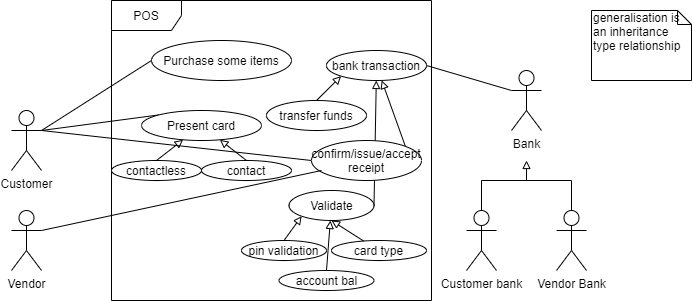
The draw.io diagram schema/POS use case.png in deeperj/rust, before a commit. Source tidied: cells renumbered, new cells last; positions are measured from the earlier drawing's top-left corner, leaving out a move shared by most shapes.
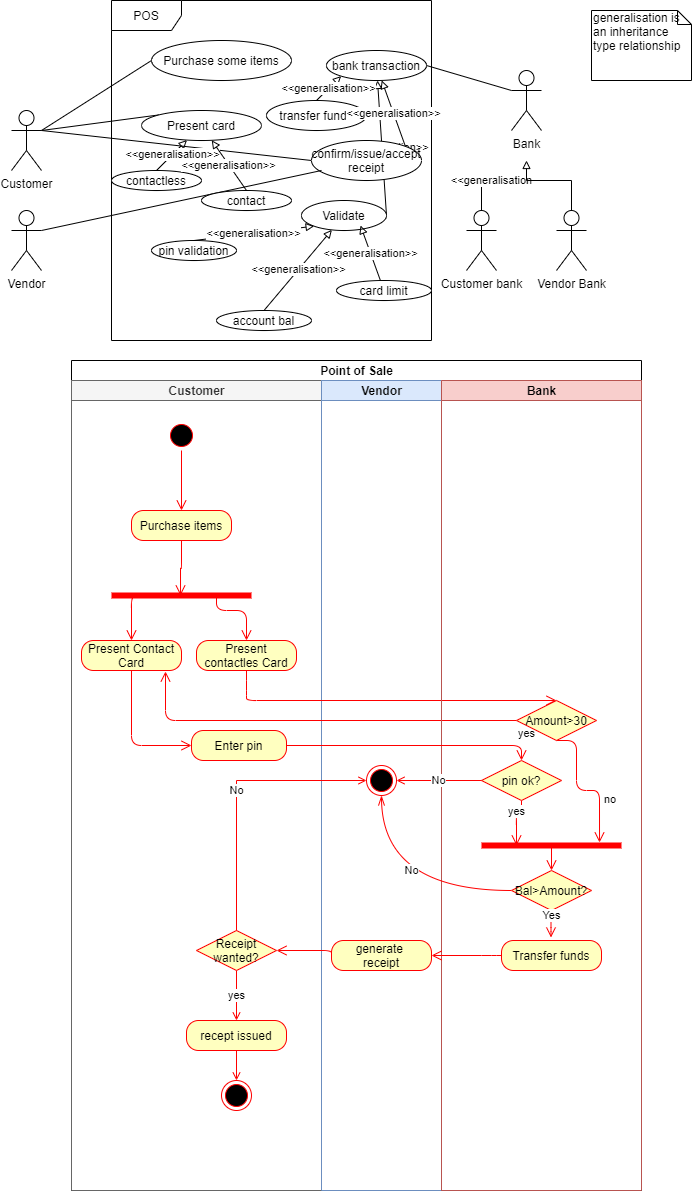
The same file after the commit.

Diff of the diagram source:
```diff
@@ -3,12 +3,12 @@
     <mxCell id="0" />
     <mxCell id="1" parent="0" />
     <mxCell id="2" value="POS" style="shape=umlFrame;whiteSpace=wrap;html=1;width=70;height=30;" parent="1" vertex="1">
-      <mxGeometry x="100" width="320" height="300" as="geometry" />
+      <mxGeometry x="100" width="320" height="340" as="geometry" />
     </mxCell>
     <mxCell id="3" value="Bank" style="shape=umlActor;verticalLabelPosition=bottom;labelBackgroundColor=#ffffff;verticalAlign=top;html=1;" parent="1" vertex="1">
       <mxGeometry x="500" y="70" width="30" height="60" as="geometry" />
     </mxCell>
-    <mxCell id="4" style="edgeStyle=orthogonalEdgeStyle;rounded=0;jettySize=auto;html=1;exitX=0.5;exitY=0;exitDx=0;exitDy=0;exitPerimeter=0;startArrow=none;startFill=0;endArrow=none;endFill=0;" parent="1" edge="1" source="5">
+    <mxCell id="4" value="&amp;lt;&amp;lt;generalisation" style="edgeStyle=orthogonalEdgeStyle;rounded=0;jettySize=auto;html=1;exitX=0.5;exitY=0;exitDx=0;exitDy=0;exitPerimeter=0;startArrow=none;startFill=0;endArrow=none;endFill=0;" parent="1" edge="1" source="5">
       <mxGeometry relative="1" as="geometry">
         <mxPoint x="520" y="180" as="targetPoint" />
         <Array as="points">
@@ -29,22 +29,22 @@
     <mxCell id="8" value="Customer" style="shape=umlActor;verticalLabelPosition=bottom;labelBackgroundColor=#ffffff;verticalAlign=top;html=1;" parent="1" vertex="1">
       <mxGeometry y="110" width="30" height="60" as="geometry" />
     </mxCell>
-    <mxCell id="9" style="rounded=0;jettySize=auto;html=1;exitX=1;exitY=0.5;exitDx=0;exitDy=0;endArrow=block;endFill=0;" parent="1" edge="1" source="10" target="34">
+    <mxCell id="9" value="&amp;lt;&amp;lt;generalisation&amp;gt;&amp;gt;" style="rounded=0;jettySize=auto;html=1;exitX=1;exitY=0.5;exitDx=0;exitDy=0;endArrow=block;endFill=0;" parent="1" edge="1" source="10" target="34">
       <mxGeometry relative="1" as="geometry" />
     </mxCell>
     <mxCell id="10" value="Validate" style="ellipse;whiteSpace=wrap;html=1;" parent="1" vertex="1">
-      <mxGeometry x="277.5" y="190" width="85" height="30" as="geometry" />
+      <mxGeometry x="290" y="200" width="85" height="30" as="geometry" />
     </mxCell>
     <mxCell id="11" value="Purchase some items" style="ellipse;whiteSpace=wrap;html=1;" parent="1" vertex="1">
       <mxGeometry x="140" y="40" width="140" height="40" as="geometry" />
     </mxCell>
-    <mxCell id="12" style="edgeStyle=none;rounded=0;jettySize=auto;html=1;exitX=0.5;exitY=0;exitDx=0;exitDy=0;entryX=0;entryY=1;entryDx=0;entryDy=0;startArrow=none;startFill=0;endArrow=block;endFill=0;" parent="1" edge="1" source="13" target="10">
+    <mxCell id="12" value="&amp;lt;&amp;lt;generalisation&amp;gt;&amp;gt;" style="edgeStyle=none;rounded=0;jettySize=auto;html=1;exitX=0.5;exitY=0;exitDx=0;exitDy=0;entryX=0;entryY=1;entryDx=0;entryDy=0;startArrow=none;startFill=0;endArrow=block;endFill=0;" parent="1" edge="1" source="13" target="10">
       <mxGeometry relative="1" as="geometry" />
     </mxCell>
     <mxCell id="13" value="pin validation" style="ellipse;whiteSpace=wrap;html=1;" parent="1" vertex="1">
-      <mxGeometry x="230" y="240" width="85" height="20" as="geometry" />
+      <mxGeometry x="140" y="240" width="85" height="20" as="geometry" />
     </mxCell>
-    <mxCell id="14" style="edgeStyle=none;rounded=0;jettySize=auto;html=1;exitX=0.5;exitY=0;exitDx=0;exitDy=0;entryX=0;entryY=1;entryDx=0;entryDy=0;startArrow=none;startFill=0;endArrow=block;endFill=0;" parent="1" edge="1" source="15" target="34">
+    <mxCell id="14" value="&amp;lt;&amp;lt;generalisation&amp;gt;&amp;gt;" style="edgeStyle=none;rounded=0;jettySize=auto;html=1;exitX=0.5;exitY=0;exitDx=0;exitDy=0;entryX=0;entryY=1;entryDx=0;entryDy=0;startArrow=none;startFill=0;endArrow=block;endFill=0;" parent="1" edge="1" source="15" target="34">
       <mxGeometry relative="1" as="geometry" />
     </mxCell>
     <mxCell id="15" value="transfer funds" style="ellipse;whiteSpace=wrap;html=1;" parent="1" vertex="1">
@@ -56,7 +56,7 @@
     <mxCell id="17" value="Present card" style="ellipse;whiteSpace=wrap;html=1;" parent="1" vertex="1">
       <mxGeometry x="130" y="110" width="120" height="30" as="geometry" />
     </mxCell>
-    <mxCell id="18" style="edgeStyle=none;rounded=0;jettySize=auto;html=1;exitX=1;exitY=0;exitDx=0;exitDy=0;startArrow=none;startFill=0;endArrow=block;endFill=0;" parent="1" edge="1" source="20" target="34">
+    <mxCell id="18" value="&amp;lt;&amp;lt;generalisation&amp;gt;&amp;gt;" style="edgeStyle=none;rounded=0;jettySize=auto;html=1;exitX=1;exitY=0;exitDx=0;exitDy=0;startArrow=none;startFill=0;endArrow=block;endFill=0;" parent="1" edge="1" source="20" target="34">
       <mxGeometry relative="1" as="geometry" />
     </mxCell>
     <mxCell id="19" style="edgeStyle=none;rounded=0;jettySize=auto;html=1;exitX=0;exitY=0.5;exitDx=0;exitDy=0;entryX=1;entryY=0.3333333333333333;entryDx=0;entryDy=0;entryPerimeter=0;startArrow=none;startFill=0;endArrow=none;endFill=0;" parent="1" edge="1" source="20" target="8">
@@ -83,31 +83,29 @@
     <mxCell id="24" value="Vendor" style="shape=umlActor;verticalLabelPosition=bottom;labelBackgroundColor=#ffffff;verticalAlign=top;html=1;" parent="1" vertex="1">
       <mxGeometry y="210" width="30" height="60" as="geometry" />
     </mxCell>
-    <mxCell id="25" style="edgeStyle=none;rounded=0;jettySize=auto;html=1;exitX=0.5;exitY=0;exitDx=0;exitDy=0;startArrow=none;startFill=0;endArrow=block;endFill=0;" parent="1" edge="1" source="26" target="17">
+    <mxCell id="25" value="&amp;lt;&amp;lt;generalisation&amp;gt;&amp;gt;" style="edgeStyle=none;rounded=0;jettySize=auto;html=1;exitX=0.5;exitY=0;exitDx=0;exitDy=0;startArrow=none;startFill=0;endArrow=block;endFill=0;" parent="1" edge="1" source="26" target="17">
       <mxGeometry relative="1" as="geometry" />
     </mxCell>
     <mxCell id="26" value="contactless" style="ellipse;whiteSpace=wrap;html=1;" parent="1" vertex="1">
-      <mxGeometry x="100" y="160" width="90" height="20" as="geometry" />
+      <mxGeometry x="100" y="170" width="90" height="20" as="geometry" />
     </mxCell>
     <mxCell id="27" value="contact" style="ellipse;whiteSpace=wrap;html=1;" parent="1" vertex="1">
-      <mxGeometry x="190" y="160" width="90" height="20" as="geometry" />
+      <mxGeometry x="190" y="190" width="90" height="20" as="geometry" />
     </mxCell>
-    <mxCell id="28" style="edgeStyle=none;rounded=0;jettySize=auto;html=1;exitX=0.5;exitY=0;exitDx=0;exitDy=0;startArrow=none;startFill=0;endArrow=block;endFill=0;" parent="1" edge="1" source="27" target="17">
+    <mxCell id="28" value="&amp;lt;&amp;lt;generalisation&amp;gt;&amp;gt;" style="edgeStyle=none;rounded=0;jettySize=auto;html=1;exitX=0.5;exitY=0;exitDx=0;exitDy=0;startArrow=none;startFill=0;endArrow=block;endFill=0;" parent="1" edge="1" source="27" target="17">
       <mxGeometry relative="1" as="geometry" />
     </mxCell>
-    <mxCell id="29" value="card type" style="ellipse;whiteSpace=wrap;html=1;" parent="1" vertex="1">
-      <mxGeometry x="320" y="240" width="95" height="20" as="geometry" />
+    <mxCell id="29" value="card limit" style="ellipse;whiteSpace=wrap;html=1;" parent="1" vertex="1">
+      <mxGeometry x="325" y="280" width="95" height="20" as="geometry" />
     </mxCell>
-    <mxCell id="30" style="edgeStyle=none;rounded=0;jettySize=auto;html=1;entryX=0;entryY=1;entryDx=0;entryDy=0;startArrow=none;startFill=0;endArrow=block;endFill=0;" parent="1" edge="1" source="29">
-      <mxGeometry relative="1" as="geometry">
-        <mxPoint x="320" y="220" as="targetPoint" />
-      </mxGeometry>
+    <mxCell id="30" value="&amp;lt;&amp;lt;generalisation&amp;gt;&amp;gt;" style="edgeStyle=none;rounded=0;jettySize=auto;html=1;entryX=0.694;entryY=0.834;entryDx=0;entryDy=0;startArrow=none;startFill=0;endArrow=block;endFill=0;entryPerimeter=0;" parent="1" edge="1" source="29" target="10">
+      <mxGeometry relative="1" as="geometry" />
     </mxCell>
-    <mxCell id="31" style="edgeStyle=none;rounded=0;jettySize=auto;html=1;exitX=0.5;exitY=0;exitDx=0;exitDy=0;startArrow=none;startFill=0;endArrow=block;endFill=0;" parent="1" edge="1" source="32" target="10">
+    <mxCell id="31" value="&amp;lt;&amp;lt;generalisation&amp;gt;&amp;gt;" style="edgeStyle=none;rounded=0;jettySize=auto;html=1;exitX=0.5;exitY=0;exitDx=0;exitDy=0;startArrow=none;startFill=0;endArrow=block;endFill=0;" parent="1" edge="1" source="32" target="10">
       <mxGeometry relative="1" as="geometry" />
     </mxCell>
     <mxCell id="32" value="account bal" style="ellipse;whiteSpace=wrap;html=1;" parent="1" vertex="1">
-      <mxGeometry x="267.5" y="270" width="95" height="20" as="geometry" />
+      <mxGeometry x="205" y="310" width="95" height="20" as="geometry" />
     </mxCell>
     <mxCell id="33" style="edgeStyle=none;rounded=0;jettySize=auto;html=1;exitX=1;exitY=0.5;exitDx=0;exitDy=0;startArrow=none;startFill=0;endArrow=none;endFill=0;" parent="1" edge="1" source="34">
       <mxGeometry relative="1" as="geometry">
@@ -117,5 +115,180 @@
     <mxCell id="34" value="bank transaction" style="ellipse;whiteSpace=wrap;html=1;" parent="1" vertex="1">
       <mxGeometry x="315" y="50" width="100" height="30" as="geometry" />
     </mxCell>
+    <mxCell id="35" value="Point of Sale" style="swimlane;html=1;startSize=20;" parent="1" vertex="1">
+      <mxGeometry x="60" y="360" width="570" height="830" as="geometry" />
+    </mxCell>
+    <mxCell id="36" value="Customer" style="swimlane;html=1;startSize=20;fillColor=#f5f5f5;strokeColor=#666666;fontColor=#333333;" parent="35" vertex="1">
+      <mxGeometry y="20" width="250" height="810" as="geometry" />
+    </mxCell>
+    <mxCell id="37" value="Present Contact Card" style="rounded=1;whiteSpace=wrap;html=1;arcSize=40;fontColor=#000000;fillColor=#ffffc0;strokeColor=#ff0000;" parent="36" vertex="1">
+      <mxGeometry x="10" y="260" width="100" height="30" as="geometry" />
+    </mxCell>
+    <mxCell id="38" style="edgeStyle=orthogonalEdgeStyle;html=1;verticalAlign=bottom;endArrow=open;endSize=8;strokeColor=#ff0000;" parent="36" edge="1" source="43">
+      <mxGeometry relative="1" as="geometry">
+        <mxPoint x="110" y="130" as="targetPoint" />
+      </mxGeometry>
+    </mxCell>
+    <mxCell id="39" style="edgeStyle=orthogonalEdgeStyle;html=1;verticalAlign=bottom;endArrow=open;endSize=8;strokeColor=#ff0000;entryX=0.5;entryY=0;entryDx=0;entryDy=0;exitX=0.171;exitY=0.7;exitDx=0;exitDy=0;exitPerimeter=0;" parent="36" edge="1" source="41" target="37">
+      <mxGeometry relative="1" as="geometry">
+        <Array as="points">
+          <mxPoint x="60" y="217" />
+        </Array>
+      </mxGeometry>
+    </mxCell>
+    <mxCell id="40" style="edgeStyle=orthogonalEdgeStyle;html=1;verticalAlign=bottom;endArrow=open;endSize=8;strokeColor=#ff0000;exitX=0.5;exitY=1;exitDx=0;exitDy=0;entryX=0.493;entryY=0.5;entryDx=0;entryDy=0;entryPerimeter=0;" parent="36" edge="1" source="42">
+      <mxGeometry relative="1" as="geometry">
+        <mxPoint x="109" y="215" as="targetPoint" />
+      </mxGeometry>
+    </mxCell>
+    <mxCell id="41" style="shape=line;html=1;strokeWidth=6;strokeColor=#ff0000;" parent="36" vertex="1">
+      <mxGeometry x="40" y="210" width="140" height="10" as="geometry" />
+    </mxCell>
+    <mxCell id="42" value="Purchase items" style="rounded=1;whiteSpace=wrap;html=1;arcSize=40;fontColor=#000000;fillColor=#ffffc0;strokeColor=#ff0000;" parent="36" vertex="1">
+      <mxGeometry x="60" y="130" width="100" height="30" as="geometry" />
+    </mxCell>
+    <mxCell id="43" style="ellipse;html=1;shape=startState;fillColor=#000000;strokeColor=#ff0000;" parent="36" vertex="1">
+      <mxGeometry x="95" y="40" width="30" height="30" as="geometry" />
+    </mxCell>
+    <mxCell id="44" style="ellipse;html=1;shape=endState;fillColor=#000000;strokeColor=#ff0000;" parent="36" vertex="1">
+      <mxGeometry x="150" y="700" width="30" height="30" as="geometry" />
+    </mxCell>
+    <mxCell id="45" style="edgeStyle=orthogonalEdgeStyle;rounded=0;jettySize=auto;html=1;exitX=0.5;exitY=1;exitDx=0;exitDy=0;entryX=0.5;entryY=0;entryDx=0;entryDy=0;endArrow=open;endFill=0;strokeColor=#FF0000;" parent="36" edge="1" source="46" target="44">
+      <mxGeometry relative="1" as="geometry" />
+    </mxCell>
+    <mxCell id="46" value="recept issued" style="rounded=1;whiteSpace=wrap;html=1;arcSize=40;fontColor=#000000;fillColor=#ffffc0;strokeColor=#ff0000;" parent="36" vertex="1">
+      <mxGeometry x="115" y="640" width="100" height="30" as="geometry" />
+    </mxCell>
+    <mxCell id="47" value="yes" style="edgeStyle=orthogonalEdgeStyle;rounded=0;jettySize=auto;html=1;exitX=0.5;exitY=1;exitDx=0;exitDy=0;entryX=0.5;entryY=0;entryDx=0;entryDy=0;endArrow=open;endFill=0;strokeColor=#FF0000;" parent="36" edge="1" source="48" target="46">
+      <mxGeometry relative="1" as="geometry" />
+    </mxCell>
+    <mxCell id="48" value="Receipt wanted?" style="rhombus;whiteSpace=wrap;html=1;fillColor=#ffffc0;strokeColor=#ff0000;" parent="36" vertex="1">
+      <mxGeometry x="125" y="550" width="80" height="40" as="geometry" />
+    </mxCell>
+    <mxCell id="49" value="Enter pin" style="rounded=1;whiteSpace=wrap;html=1;arcSize=40;fontColor=#000000;fillColor=#ffffc0;strokeColor=#ff0000;" parent="36" vertex="1">
+      <mxGeometry x="120" y="350" width="95" height="30" as="geometry" />
+    </mxCell>
+    <mxCell id="50" value="Present contactles Card" style="rounded=1;whiteSpace=wrap;html=1;arcSize=40;fontColor=#000000;fillColor=#ffffc0;strokeColor=#ff0000;" parent="36" vertex="1">
+      <mxGeometry x="125" y="260" width="100" height="30" as="geometry" />
+    </mxCell>
+    <mxCell id="51" style="edgeStyle=orthogonalEdgeStyle;html=1;verticalAlign=bottom;endArrow=open;endSize=8;strokeColor=#ff0000;entryX=0.5;entryY=0;entryDx=0;entryDy=0;exitX=0.75;exitY=0.5;exitDx=0;exitDy=0;exitPerimeter=0;" parent="36" edge="1" source="41" target="50">
+      <mxGeometry relative="1" as="geometry">
+        <Array as="points">
+          <mxPoint x="145" y="230" />
+          <mxPoint x="175" y="230" />
+        </Array>
+      </mxGeometry>
+    </mxCell>
+    <mxCell id="52" style="edgeStyle=orthogonalEdgeStyle;html=1;verticalAlign=bottom;endArrow=open;endSize=8;strokeColor=#ff0000;entryX=0;entryY=0.5;entryDx=0;entryDy=0;exitX=0.5;exitY=1;exitDx=0;exitDy=0;" parent="36" edge="1" source="37" target="49">
+      <mxGeometry relative="1" as="geometry">
+        <Array as="points">
+          <mxPoint x="60" y="365" />
+        </Array>
+      </mxGeometry>
+    </mxCell>
+    <mxCell id="53" value="Vendor" style="swimlane;html=1;startSize=20;fillColor=#dae8fc;strokeColor=#6c8ebf;" parent="35" vertex="1">
+      <mxGeometry x="250" y="20" width="120" height="810" as="geometry" />
+    </mxCell>
+    <mxCell id="54" style="ellipse;html=1;shape=endState;fillColor=#000000;strokeColor=#ff0000;" parent="53" vertex="1">
+      <mxGeometry x="45" y="385" width="30" height="30" as="geometry" />
+    </mxCell>
+    <mxCell id="55" value="generate &lt;br&gt;receipt" style="rounded=1;whiteSpace=wrap;html=1;arcSize=40;fontColor=#000000;fillColor=#ffffc0;strokeColor=#ff0000;" parent="53" vertex="1">
+      <mxGeometry x="10" y="560" width="100" height="30" as="geometry" />
+    </mxCell>
+    <mxCell id="56" value="yes" style="edgeStyle=orthogonalEdgeStyle;html=1;align=left;verticalAlign=top;endArrow=open;endSize=8;strokeColor=#ff0000;entryX=0.84;entryY=1.033;entryDx=0;entryDy=0;entryPerimeter=0;" parent="35" edge="1" source="65" target="37">
+      <mxGeometry x="-1" relative="1" as="geometry" />
+    </mxCell>
+    <mxCell id="57" style="edgeStyle=orthogonalEdgeStyle;html=1;verticalAlign=bottom;endArrow=open;endSize=8;strokeColor=#ff0000;entryX=0.5;entryY=0;entryDx=0;entryDy=0;exitX=0.5;exitY=1;exitDx=0;exitDy=0;" parent="35" edge="1" source="50" target="65">
+      <mxGeometry relative="1" as="geometry">
+        <Array as="points">
+          <mxPoint x="175" y="330" />
+          <mxPoint x="175" y="330" />
+        </Array>
+      </mxGeometry>
+    </mxCell>
+    <mxCell id="58" value="Bank" style="swimlane;html=1;startSize=20;fillColor=#f8cecc;strokeColor=#b85450;" parent="35" vertex="1">
+      <mxGeometry x="370" y="20" width="200" height="810" as="geometry" />
+    </mxCell>
+    <mxCell id="59" value="yes" style="edgeStyle=orthogonalEdgeStyle;html=1;verticalAlign=bottom;endArrow=open;endSize=8;strokeColor=#ff0000;exitX=0.5;exitY=1;exitDx=0;exitDy=0;entryX=0.25;entryY=0.5;entryDx=0;entryDy=0;entryPerimeter=0;" parent="58" edge="1" source="60" target="66">
+      <mxGeometry relative="1" as="geometry">
+        <Array as="points">
+          <mxPoint x="80" y="434" />
+          <mxPoint x="75" y="434" />
+        </Array>
+      </mxGeometry>
+    </mxCell>
+    <mxCell id="60" value="pin ok?" style="rhombus;whiteSpace=wrap;html=1;fillColor=#ffffc0;strokeColor=#ff0000;" parent="58" vertex="1">
+      <mxGeometry x="40" y="380" width="80" height="40" as="geometry" />
+    </mxCell>
+    <mxCell id="61" value="no" style="edgeStyle=orthogonalEdgeStyle;html=1;align=left;verticalAlign=bottom;endArrow=open;endSize=8;strokeColor=#ff0000;entryX=0.843;entryY=0.2;entryDx=0;entryDy=0;entryPerimeter=0;exitX=0.5;exitY=1;exitDx=0;exitDy=0;" parent="58" edge="1" source="65" target="66">
+      <mxGeometry x="0.53" y="3" relative="1" as="geometry">
+        <Array as="points">
+          <mxPoint x="135" y="360" />
+          <mxPoint x="135" y="410" />
+          <mxPoint x="158" y="410" />
+        </Array>
+      </mxGeometry>
+    </mxCell>
+    <mxCell id="62" value="Transfer funds" style="rounded=1;whiteSpace=wrap;html=1;arcSize=40;fontColor=#000000;fillColor=#ffffc0;strokeColor=#ff0000;" parent="58" vertex="1">
+      <mxGeometry x="60" y="560" width="100" height="30" as="geometry" />
+    </mxCell>
+    <mxCell id="63" value="Bal&amp;gt;Amount?" style="rhombus;whiteSpace=wrap;html=1;fillColor=#ffffc0;strokeColor=#ff0000;" parent="58" vertex="1">
+      <mxGeometry x="70" y="490" width="80" height="40" as="geometry" />
+    </mxCell>
+    <mxCell id="64" value="Yes" style="edgeStyle=orthogonalEdgeStyle;html=1;verticalAlign=bottom;endArrow=open;endSize=8;strokeColor=#ff0000;exitX=0.5;exitY=0.3;exitDx=0;exitDy=0;exitPerimeter=0;" parent="58" edge="1">
+      <mxGeometry relative="1" as="geometry">
+        <mxPoint x="109.5" y="530" as="sourcePoint" />
+        <mxPoint x="109.5" y="557" as="targetPoint" />
+        <Array as="points">
+          <mxPoint x="109.5" y="547" />
+          <mxPoint x="109.5" y="547" />
+        </Array>
+      </mxGeometry>
+    </mxCell>
+    <mxCell id="65" value="Amount&amp;gt;30" style="rhombus;whiteSpace=wrap;html=1;fillColor=#ffffc0;strokeColor=#ff0000;" parent="58" vertex="1">
+      <mxGeometry x="75" y="320" width="80" height="40" as="geometry" />
+    </mxCell>
+    <mxCell id="66" style="shape=line;html=1;strokeWidth=6;strokeColor=#ff0000;" parent="58" vertex="1">
+      <mxGeometry x="40" y="460" width="140" height="10" as="geometry" />
+    </mxCell>
+    <mxCell id="67" style="edgeStyle=orthogonalEdgeStyle;html=1;verticalAlign=bottom;endArrow=open;endSize=8;strokeColor=#ff0000;exitX=0.5;exitY=0.3;exitDx=0;exitDy=0;exitPerimeter=0;" parent="58" edge="1" source="66" target="63">
+      <mxGeometry relative="1" as="geometry">
+        <Array as="points">
+          <mxPoint x="130" y="530" />
+          <mxPoint x="130" y="530" />
+        </Array>
+      </mxGeometry>
+    </mxCell>
+    <mxCell id="68" style="edgeStyle=orthogonalEdgeStyle;html=1;verticalAlign=bottom;endArrow=open;endSize=8;strokeColor=#ff0000;entryX=1;entryY=0.5;entryDx=0;entryDy=0;exitX=0;exitY=0.5;exitDx=0;exitDy=0;" parent="35" edge="1" source="62" target="55">
+      <mxGeometry relative="1" as="geometry">
+        <Array as="points">
+          <mxPoint x="420" y="595" />
+          <mxPoint x="420" y="595" />
+        </Array>
+      </mxGeometry>
+    </mxCell>
+    <mxCell id="69" style="edgeStyle=orthogonalEdgeStyle;html=1;verticalAlign=bottom;endArrow=open;endSize=8;strokeColor=#ff0000;entryX=1;entryY=0.5;entryDx=0;entryDy=0;exitX=0;exitY=0.5;exitDx=0;exitDy=0;" parent="35" edge="1" source="55" target="48">
+      <mxGeometry relative="1" as="geometry">
+        <Array as="points">
+          <mxPoint x="260" y="590" />
+        </Array>
+      </mxGeometry>
+    </mxCell>
+    <mxCell id="70" value="No" style="edgeStyle=orthogonalEdgeStyle;rounded=0;jettySize=auto;html=1;exitX=0;exitY=0.5;exitDx=0;exitDy=0;entryX=1;entryY=0.5;entryDx=0;entryDy=0;endArrow=open;endFill=0;strokeColor=#FF0000;" parent="35" edge="1" source="60" target="54">
+      <mxGeometry relative="1" as="geometry" />
+    </mxCell>
+    <mxCell id="71" value="No" style="edgeStyle=orthogonalEdgeStyle;rounded=0;jettySize=auto;html=1;exitX=0.5;exitY=0;exitDx=0;exitDy=0;entryX=0;entryY=0.5;entryDx=0;entryDy=0;endArrow=open;endFill=0;strokeColor=#FF0000;" parent="35" edge="1" source="48" target="54">
+      <mxGeometry relative="1" as="geometry" />
+    </mxCell>
+    <mxCell id="72" style="edgeStyle=orthogonalEdgeStyle;html=1;verticalAlign=bottom;endArrow=open;endSize=8;strokeColor=#ff0000;entryX=0.5;entryY=0;entryDx=0;entryDy=0;exitX=1;exitY=0.5;exitDx=0;exitDy=0;" parent="35" edge="1" source="49" target="60">
+      <mxGeometry relative="1" as="geometry">
+        <Array as="points">
+          <mxPoint x="450" y="385" />
+        </Array>
+      </mxGeometry>
+    </mxCell>
+    <mxCell id="73" value="No" style="edgeStyle=orthogonalEdgeStyle;rounded=0;jettySize=auto;html=1;exitX=0;exitY=0.5;exitDx=0;exitDy=0;strokeColor=#FF0000;curved=1;endArrow=openThin;endFill=0;endSize=8;" parent="35" edge="1" source="63" target="54">
+      <mxGeometry x="-0.11" y="-20" relative="1" as="geometry" />
+    </mxCell>
   </root>
 </mxGraphModel>
```
